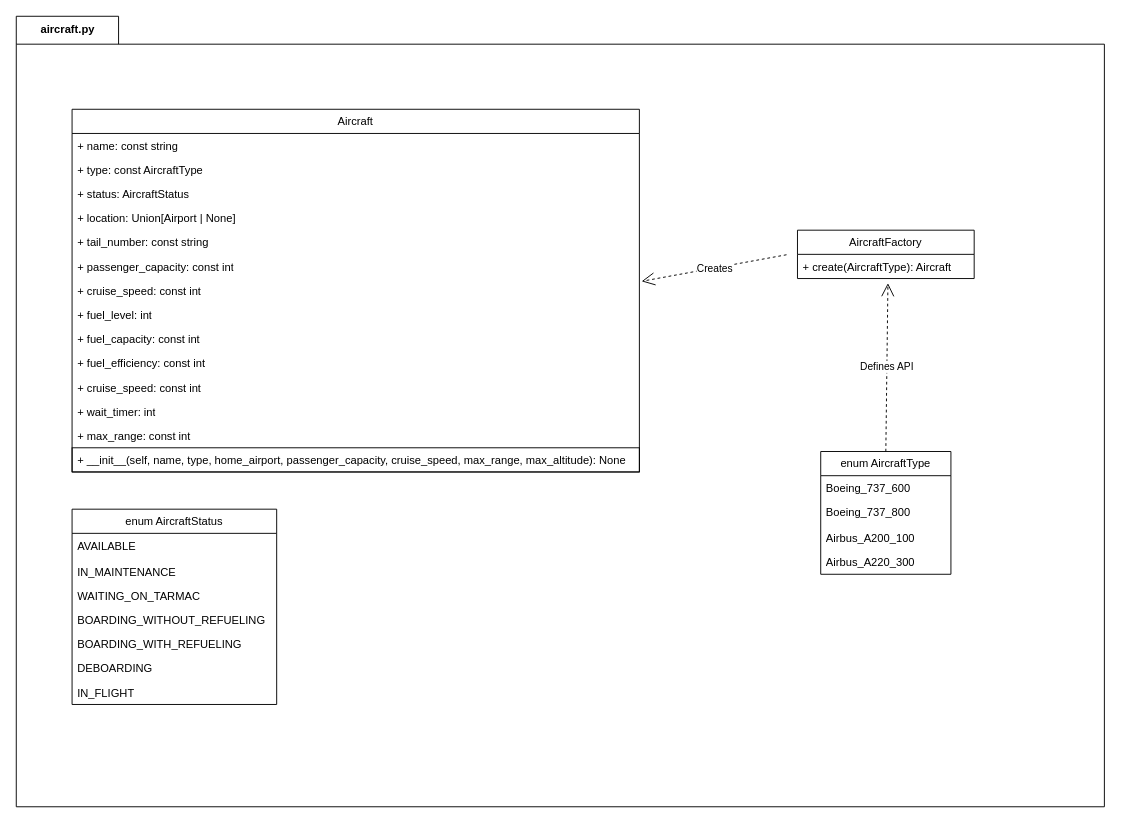
This is docs/diagrams/aircraft.drawio from CoreyMLawrence/Comfort-Airlines, a draw.io file, before an edit. Source tidied: cells renumbered, new cells numbered last; positions are measured from the earlier drawing's top-left corner, leaving out a move shared by most shapes. Both pictures are drawn from the tidied source at 93%, with x=0, y=0 at pixel (16, 16).
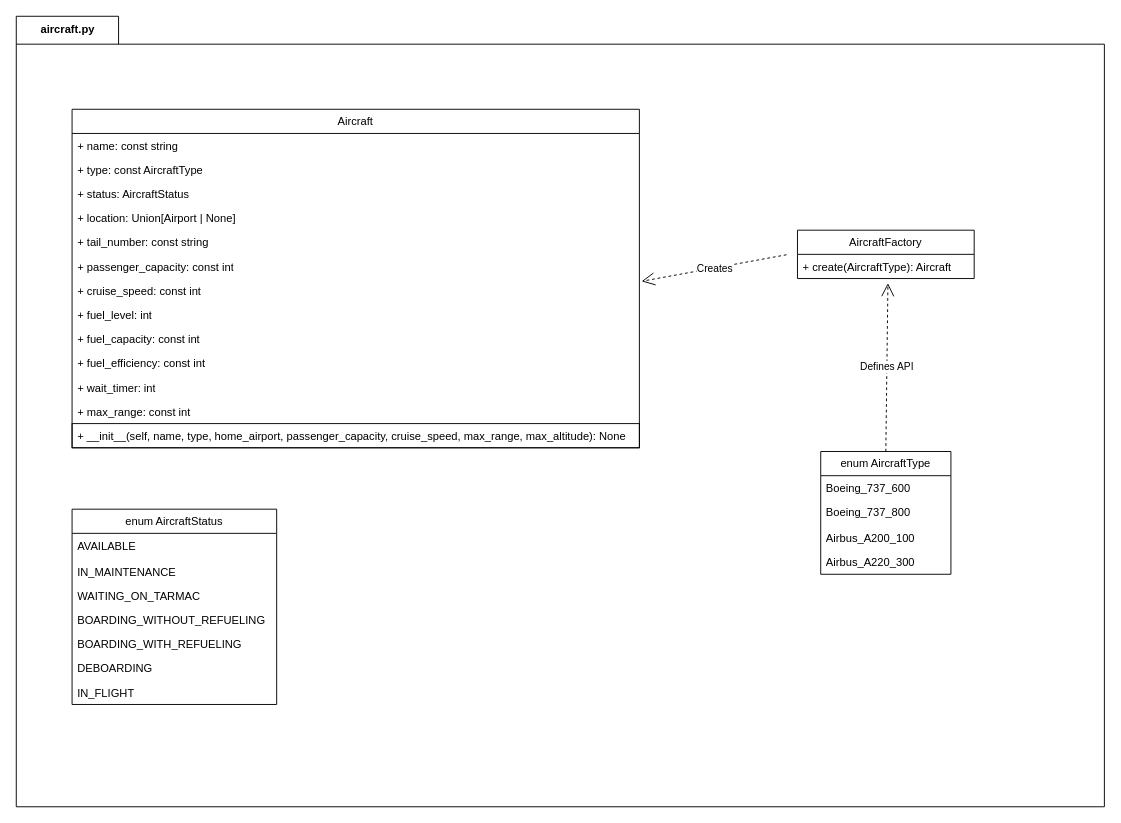
Above is the later version.

The change refers to these unchanged cells:
```xml
<mxCell id="2" value="aircraft.py" style="shape=folder;fontStyle=1;tabWidth=110;tabHeight=30;tabPosition=left;html=1;boundedLbl=1;labelInHeader=1;" parent="1" vertex="1">
  <mxGeometry width="1170" height="850" as="geometry" />
</mxCell>
```

Diff of the diagram source:
```diff
@@
     <mxCell id="5" value="Aircraft" style="swimlane;fontStyle=0;horizontal=1;startSize=26;fillColor=none;whiteSpace=wrap;html=1;" parent="2" vertex="1">
-      <mxGeometry x="60" y="100" width="610" height="390" as="geometry" />
+      <mxGeometry x="60" y="100" width="610" height="364" as="geometry" />
     </mxCell>
@@
-    <mxCell id="16" value="+ cruise_speed: const int" style="text;strokeColor=none;fillColor=none;align=left;verticalAlign=top;spacingLeft=4;spacingRight=4;overflow=hidden;whiteSpace=wrap;html=1;" parent="5" vertex="1">
-      <mxGeometry y="286" width="610" height="26" as="geometry" />
-    </mxCell>
     <mxCell id="17" value="+ wait_timer: int" style="text;strokeColor=none;fillColor=none;align=left;verticalAlign=top;spacingLeft=4;spacingRight=4;overflow=hidden;whiteSpace=wrap;html=1;" parent="5" vertex="1">
-      <mxGeometry y="312" width="610" height="26" as="geometry" />
+      <mxGeometry y="286" width="610" height="26" as="geometry" />
     </mxCell>
     <mxCell id="18" value="+ max_range: const int" style="text;strokeColor=none;fillColor=none;align=left;verticalAlign=top;spacingLeft=4;spacingRight=4;overflow=hidden;whiteSpace=wrap;html=1;" parent="5" vertex="1">
-      <mxGeometry y="338" width="610" height="26" as="geometry" />
+      <mxGeometry y="312" width="610" height="26" as="geometry" />
     </mxCell>
     <mxCell id="19" value="+ __init__(self, name, type, home_airport, passenger_capacity, cruise_speed, max_range, max_altitude): None" style="text;strokeColor=default;fillColor=none;align=left;verticalAlign=top;spacingLeft=4;spacingRight=4;overflow=hidden;whiteSpace=wrap;html=1;" parent="5" vertex="1">
-      <mxGeometry y="364" width="610" height="26" as="geometry" />
+      <mxGeometry y="338" width="610" height="26" as="geometry" />
     </mxCell>
```
